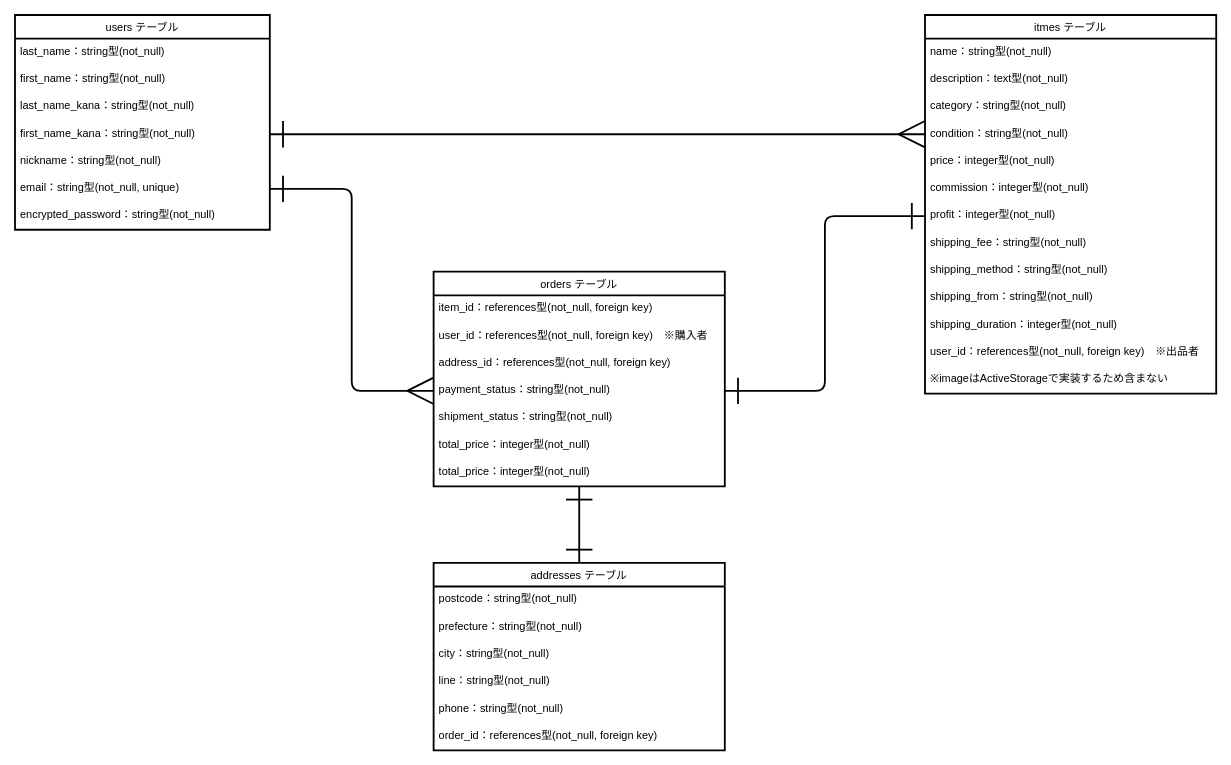
This is furimaER.dio from sssan-tech/furima-41472, a draw.io file, before an edit. Source tidied: cells renumbered, new cells numbered last; positions are measured from the earlier drawing's top-left corner, leaving out a move shared by most shapes. Both pictures are drawn from the tidied source at 91%, with x=0, y=0 at pixel (15, 15).
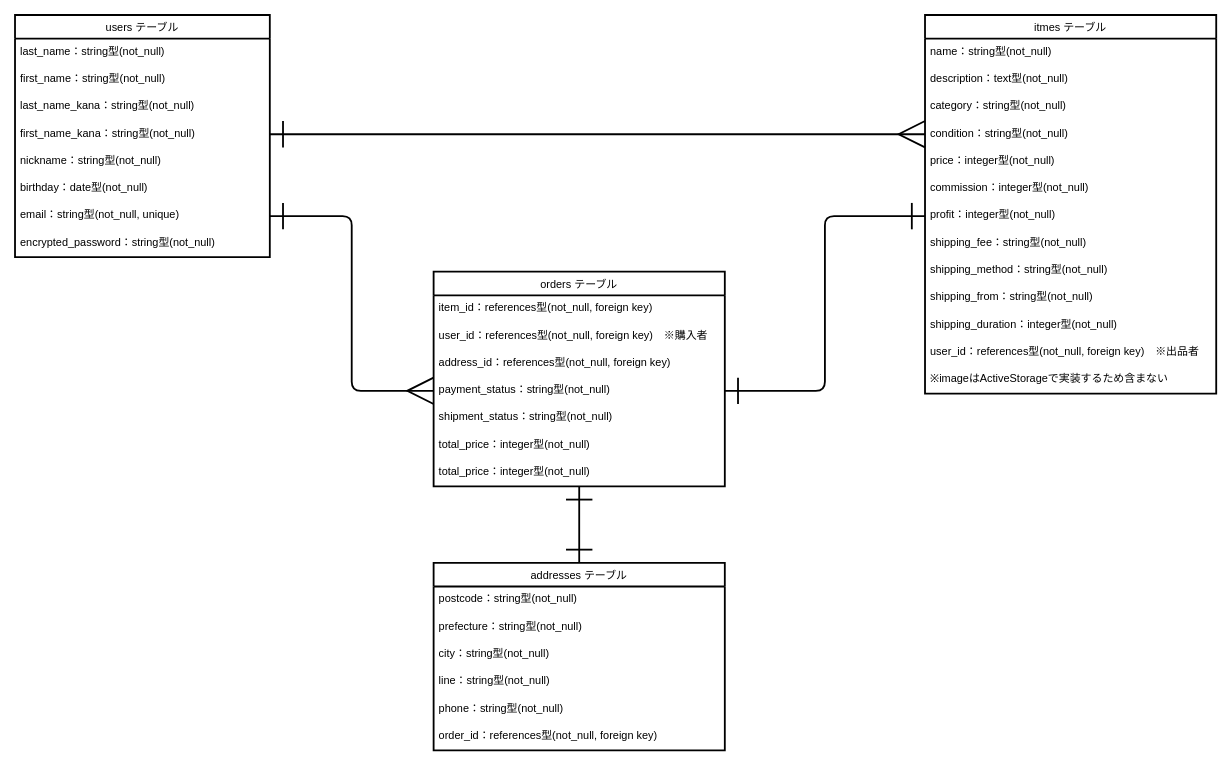
The same page after the edit.

Commit message (it also covers changes not shown here):
usersテーブルに誕生日カラムを追加

What changed in the source:
```diff
@@
     <mxCell id="2" value="users テーブル" style="swimlane;fontStyle=0;horizontal=1;startSize=26;align=center;fontSize=12;labelBackgroundColor=none;labelBorderColor=none;strokeWidth=2;swimlaneFillColor=default;" parent="1" vertex="1">
-      <mxGeometry width="280" height="236" as="geometry" />
+      <mxGeometry width="280" height="266" as="geometry" />
     </mxCell>
@@
+    <mxCell id="43" value="birthday：date型(not_null)" style="text;spacingLeft=4;spacingRight=4;overflow=hidden;fontSize=12;labelBackgroundColor=none;labelBorderColor=none;strokeWidth=2;" parent="2" vertex="1">
+      <mxGeometry y="176" width="280" height="30" as="geometry" />
+    </mxCell>
     <mxCell id="8" value="email：string型(not_null, unique)" style="text;spacingLeft=4;spacingRight=4;overflow=hidden;points=[[0,0.5],[1,0.5]];portConstraint=eastwest;fontSize=12;labelBackgroundColor=none;labelBorderColor=none;strokeWidth=2;" parent="2" vertex="1">
-      <mxGeometry y="176" width="280" height="30" as="geometry" />
+      <mxGeometry y="206" width="280" height="30" as="geometry" />
     </mxCell>
     <mxCell id="9" value="encrypted_password：string型(not_null)" style="text;spacingLeft=4;spacingRight=4;overflow=hidden;fontSize=12;labelBackgroundColor=none;labelBorderColor=none;strokeWidth=2;" parent="2" vertex="1">
-      <mxGeometry y="206" width="280" height="30" as="geometry" />
+      <mxGeometry y="236" width="280" height="30" as="geometry" />
     </mxCell>
```
